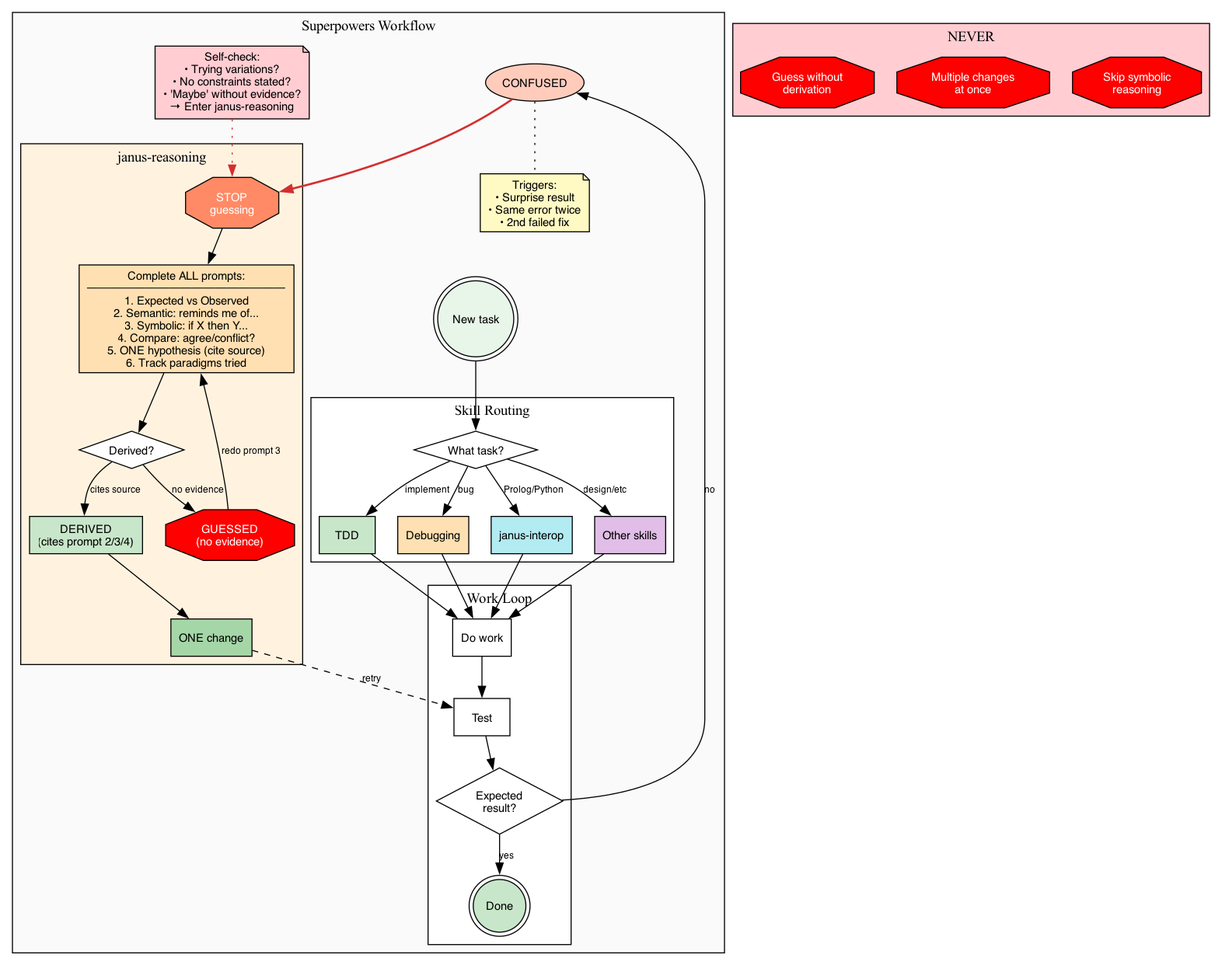
Before: docs/superpowers-workflow.png, a diagram exported from Graphviz (Punkwe1ght/superpowers). Its source is kept beside it as docs/superpowers-workflow.dot.
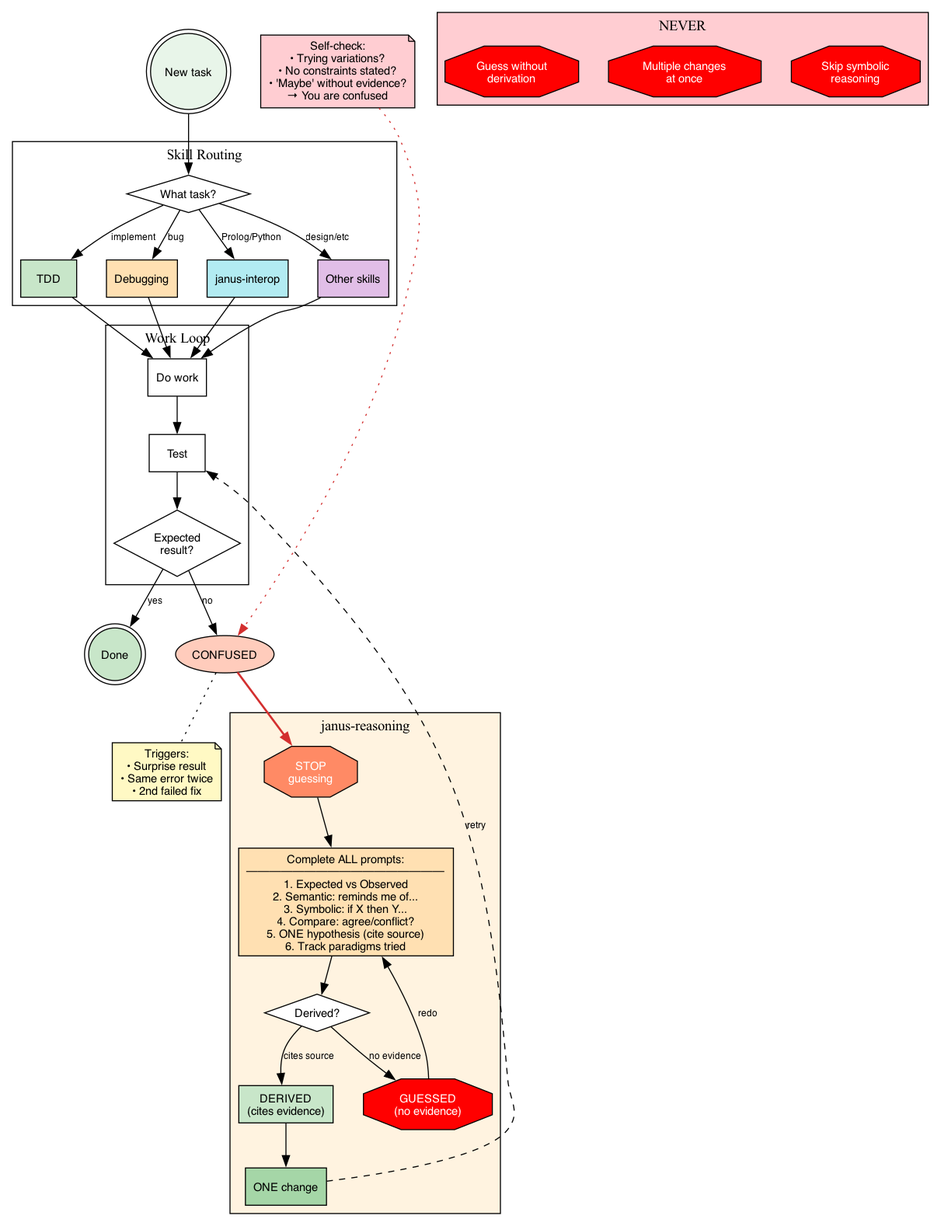
The same diagram one commit later.

Commit message:
Fix workflow diagram layout

- Main flow now linear top-to-bottom
- janus-reasoning below confusion point (eye follows naturally)
- Retry line cleaner with constraint=false
- Self-check points to confused state
- NEVER section separate at top-right

What changed in the source:
```diff
@@ -2,65 +2,68 @@
     rankdir=TB;
     node [fontname="Helvetica", fontsize=11, style=filled, fillcolor=white];
     edge [fontname="Helvetica", fontsize=9];
-    compound=true;
-    nodesep=0.3;
-    ranksep=0.4;
+    nodesep=0.4;
+    ranksep=0.5;
 
-    subgraph cluster_main {
-        label="Superpowers Workflow";
-        style=filled; fillcolor="#fafafa";
+    start [label="New task", shape=doublecircle, fillcolor="#e8f5e9"];
 
-        start [label="New task", shape=doublecircle, fillcolor="#e8f5e9"];
+    subgraph cluster_routing {
+        label="Skill Routing";
+        style=filled; fillcolor=white;
 
-        subgraph cluster_routing {
-            label="Skill Routing";
-            style=filled; fillcolor=white;
+        route [label="What task?", shape=diamond];
 
-            route [label="What task?", shape=diamond];
+        { rank=same;
             tdd [label="TDD", shape=box, fillcolor="#c8e6c9"];
             debug [label="Debugging", shape=box, fillcolor="#ffe0b2"];
             interop [label="janus-interop", shape=box, fillcolor="#b2ebf2"];
             other [label="Other skills", shape=box, fillcolor="#e1bee7"];
         }
+    }
 
-        subgraph cluster_work {
-            label="Work Loop";
-            style=filled; fillcolor=white;
+    subgraph cluster_work {
+        label="Work Loop";
+        style=filled; fillcolor=white;
 
-            work [label="Do work", shape=box];
-            test [label="Test", shape=box];
-            result [label="Expected\nresult?", shape=diamond];
-            done [label="Done", shape=doublecircle, fillcolor="#c8e6c9"];
+        work [label="Do work", shape=box];
+        test [label="Test", shape=box];
+        result [label="Expected\nresult?", shape=diamond];
+    }
+
+    done [label="Done", shape=doublecircle, fillcolor="#c8e6c9"];
+
+    confused [label="CONFUSED", shape=ellipse, fillcolor="#ffccbc"];
+    triggers [label="Triggers:\n• Surprise result\n• Same error twice\n• 2nd failed fix", shape=note, fillcolor="#fff9c4"];
+
+    subgraph cluster_janus {
+        label="janus-reasoning";
+        style=filled; fillcolor="#fff3e0";
+
+        janus_start [label="STOP\nguessing", shape=octagon, fillcolor="#ff8a65", fontcolor=white];
+
+        prompts [label="Complete ALL prompts:\n─────────────────\n1. Expected vs Observed\n2. Semantic: reminds me of...\n3. Symbolic: if X then Y...\n4. Compare: agree/conflict?\n5. ONE hypothesis (cite source)\n6. Track paradigms tried", shape=box, fillcolor="#ffe0b2"];
+
+        quality [label="Derived?", shape=diamond];
+
+        { rank=same;
+            derived [label="DERIVED\n(cites evidence)", shape=box, fillcolor="#c8e6c9"];
+            guess [label="GUESSED\n(no evidence)", shape=octagon, fillcolor=red, fontcolor=white];
         }
 
-        subgraph cluster_confusion {
-            label="";
-            style=invis;
-
-            confused [label="CONFUSED", shape=ellipse, fillcolor="#ffccbc"];
-
-            triggers [label="Triggers:\n• Surprise result\n• Same error twice\n• 2nd failed fix", shape=note, fillcolor="#fff9c4"];
-        }
-
-        subgraph cluster_janus {
-            label="janus-reasoning";
-            style=filled; fillcolor="#fff3e0";
-
-            janus_start [label="STOP\nguessing", shape=octagon, fillcolor="#ff8a65", fontcolor=white];
-
-            prompts [label="Complete ALL prompts:\n─────────────────\n1. Expected vs Observed\n2. Semantic: reminds me of...\n3. Symbolic: if X then Y...\n4. Compare: agree/conflict?\n5. ONE hypothesis (cite source)\n6. Track paradigms tried", shape=box, fillcolor="#ffe0b2"];
-
-            quality [label="Derived?", shape=diamond];
-
-            guess [label="GUESSED\n(no evidence)", shape=octagon, fillcolor=red, fontcolor=white];
-            derived [label="DERIVED\n(cites prompt 2/3/4)", shape=box, fillcolor="#c8e6c9"];
-
-            one_change [label="ONE change", shape=box, fillcolor="#a5d6a7"];
-        }
-
-        selfcheck [label="Self-check:\n• Trying variations?\n• No constraints stated?\n• 'Maybe' without evidence?\n→ Enter janus-reasoning", shape=note, fillcolor="#ffcdd2"];
+        one_change [label="ONE change", shape=box, fillcolor="#a5d6a7"];
     }
 
+    selfcheck [label="Self-check:\n• Trying variations?\n• No constraints stated?\n• 'Maybe' without evidence?\n→ You are confused", shape=note, fillcolor="#ffcdd2"];
+
+    subgraph cluster_never {
+        label="NEVER";
+        style=filled; fillcolor="#ffcdd2";
+        { rank=same;
+            n1 [label="Guess without\nderivation", shape=octagon, fillcolor=red, fontcolor=white];
+            n2 [label="Multiple changes\nat once", shape=octagon, fillcolor=red, fontcolor=white];
+            n3 [label="Skip symbolic\nreasoning", shape=octagon, fillcolor=red, fontcolor=white];
+        }
+    }
 
     start -> route;
 
@@ -77,29 +80,19 @@
     work -> test;
     test -> result;
     result -> done [label="yes"];
+
     result -> confused [label="no"];
-
     confused -> triggers [style=dotted, arrowhead=none];
     confused -> janus_start [style=bold, color="#d32f2f"];
 
     janus_start -> prompts;
     prompts -> quality;
+    quality -> derived [label="cites source"];
     quality -> guess [label="no evidence"];
-    quality -> derived [label="cites source"];
-    guess -> prompts [label="redo prompt 3"];
+    guess -> prompts [label="redo"];
     derived -> one_change;
 
-    one_change -> test [style=dashed, label="retry"];
+    one_change -> test [style=dashed, constraint=false, label="retry"];
 
-    selfcheck -> janus_start [style=dotted, color="#d32f2f"];
-
-    subgraph cluster_never {
-        label="NEVER";
-        style=filled; fillcolor="#ffcdd2";
-        rank=same;
-
-        n1 [label="Guess without\nderivation", shape=octagon, fillcolor=red, fontcolor=white];
-        n2 [label="Multiple changes\nat once", shape=octagon, fillcolor=red, fontcolor=white];
-        n3 [label="Skip symbolic\nreasoning", shape=octagon, fillcolor=red, fontcolor=white];
-    }
+    selfcheck -> confused [style=dotted, color="#d32f2f", constraint=false];
 }
```
